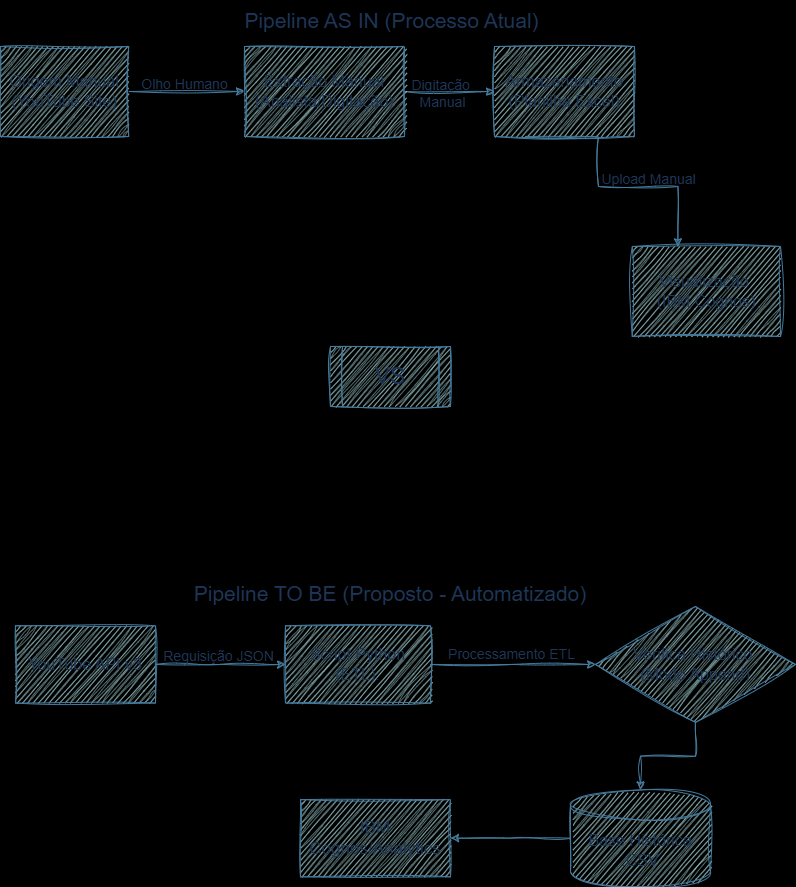
GideaoCorin/youtube-data-pipeline keeps this draw.io diagram as assets/Pipeline_Youtube_Final.drawio.png. Above is the earlier version. Source tidied: cells renumbered, new cells last; positions are measured from the earlier drawing's top-left corner, leaving out a move shared by most shapes.
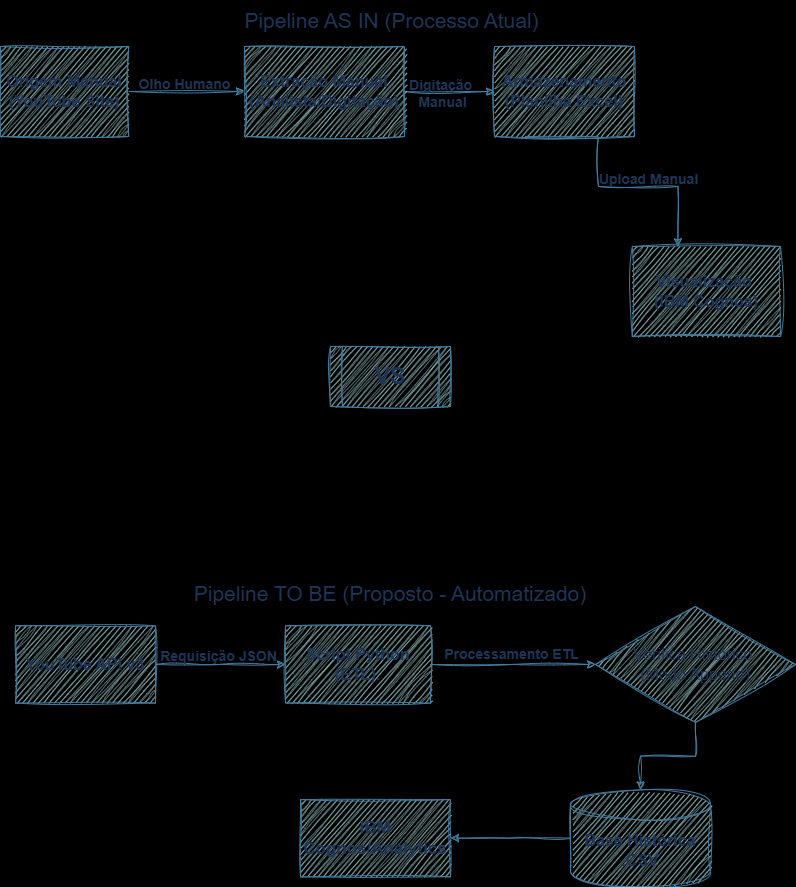
The same diagram one commit later.

Commit message:
Docs: Alteração do diagrama

Change to the diagram source:
```diff
@@ -2,78 +2,78 @@
   <root>
     <mxCell id="0" />
     <mxCell id="1" parent="0" />
-    <mxCell id="2" value="&lt;span style=&quot;line-height: 190%;&quot;&gt;Pipeline AS IN (Processo Atual)&lt;/span&gt;" style="group;spacingLeft=1;align=center;labelPosition=center;verticalLabelPosition=top;verticalAlign=bottom;html=1;labelBackgroundColor=none;sketch=1;curveFitting=1;jiggle=2;rounded=0;fontColor=#1D3557;fontSize=21;spacingBottom=3;" parent="1" vertex="1">
+    <mxCell id="2" value="&lt;span style=&quot;line-height: 190%;&quot;&gt;Pipeline AS IN (Processo Atual)&lt;/span&gt;" style="group;spacingLeft=1;align=center;labelPosition=center;verticalLabelPosition=top;verticalAlign=bottom;html=1;labelBackgroundColor=none;sketch=1;curveFitting=1;jiggle=2;rounded=0;fontColor=light-dark(#1D3557,#FFFFFF);fontSize=21;spacingBottom=3;fontStyle=0;" parent="1" vertex="1">
       <mxGeometry width="780" height="90" as="geometry" />
     </mxCell>
-    <mxCell id="3" value="Origem Manual (YouTube Site)" style="rounded=0;whiteSpace=wrap;html=1;fontSize=16;labelBackgroundColor=none;sketch=1;curveFitting=1;jiggle=2;fillColor=#A8DADC;strokeColor=#457B9D;fontColor=#1D3557;" parent="2" vertex="1">
+    <mxCell id="3" value="Origem Manual (YouTube Site)" style="rounded=0;whiteSpace=wrap;html=1;fontSize=16;labelBackgroundColor=none;sketch=1;curveFitting=1;jiggle=2;fillColor=#A8DADC;strokeColor=#457B9D;fontColor=light-dark(#1D3557,#FFFFFF);fontStyle=1;" parent="2" vertex="1">
       <mxGeometry width="128.2" height="90" as="geometry" />
     </mxCell>
     <mxCell id="4" style="group;labelBackgroundColor=none;sketch=1;curveFitting=1;jiggle=2;rounded=0;fontColor=#1D3557;" parent="2" vertex="1">
       <mxGeometry x="234" y="30" width="555.6" height="60" as="geometry" />
     </mxCell>
-    <mxCell id="5" style="edgeStyle=orthogonalEdgeStyle;rounded=0;jettySize=auto;html=1;labelBackgroundColor=none;fontColor=default;sketch=1;curveFitting=1;jiggle=2;strokeColor=#457B9D;" parent="4" edge="1" source="7" target="8">
+    <mxCell id="5" style="edgeStyle=orthogonalEdgeStyle;rounded=0;jettySize=auto;html=1;labelBackgroundColor=none;fontColor=light-dark(#1D3557,#FFFFFF);sketch=1;curveFitting=1;jiggle=2;strokeColor=#457B9D;fontStyle=1;" parent="4" edge="1" source="7" target="8">
       <mxGeometry relative="1" as="geometry" />
     </mxCell>
-    <mxCell id="6" value="Digitação&amp;nbsp;&lt;div&gt;Manual&lt;/div&gt;" style="edgeLabel;html=1;align=center;verticalAlign=middle;fontSize=14;labelBackgroundColor=none;sketch=1;curveFitting=1;jiggle=2;rounded=0;fontColor=#1D3557;" parent="5" vertex="1">
+    <mxCell id="6" value="Digitação&amp;nbsp;&lt;div&gt;Manual&lt;/div&gt;" style="edgeLabel;html=1;align=center;verticalAlign=middle;fontSize=14;labelBackgroundColor=none;sketch=1;curveFitting=1;jiggle=2;rounded=0;fontColor=light-dark(#1D3557,#FFFFFF);fontStyle=1;" parent="5" vertex="1">
       <mxGeometry x="-0.18" y="-1" relative="1" as="geometry" />
     </mxCell>
-    <mxCell id="7" value="Extração Manual (Analista/Digitação)" style="rounded=0;whiteSpace=wrap;html=1;fontSize=16;labelBackgroundColor=none;sketch=1;curveFitting=1;jiggle=2;fillColor=#A8DADC;strokeColor=#457B9D;fontColor=#1D3557;" parent="4" vertex="1">
+    <mxCell id="7" value="Extração Manual (Analista/Digitação)" style="rounded=0;whiteSpace=wrap;html=1;fontSize=16;labelBackgroundColor=none;sketch=1;curveFitting=1;jiggle=2;fillColor=#A8DADC;strokeColor=#457B9D;fontColor=light-dark(#1D3557,#FFFFFF);fontStyle=1;" parent="4" vertex="1">
       <mxGeometry x="10" y="-30" width="160" height="90" as="geometry" />
     </mxCell>
-    <mxCell id="8" value="Armazenamento (Planilha Excel)" style="rounded=0;whiteSpace=wrap;html=1;fontSize=16;labelBackgroundColor=none;sketch=1;curveFitting=1;jiggle=2;fillColor=#A8DADC;strokeColor=#457B9D;fontColor=#1D3557;" parent="4" vertex="1">
+    <mxCell id="8" value="Armazenamento (Planilha Excel)" style="rounded=0;whiteSpace=wrap;html=1;fontSize=16;labelBackgroundColor=none;sketch=1;curveFitting=1;jiggle=2;fillColor=#A8DADC;strokeColor=#457B9D;fontColor=light-dark(#1D3557,#FFFFFF);fontStyle=1;" parent="4" vertex="1">
       <mxGeometry x="260" y="-30" width="140" height="90" as="geometry" />
     </mxCell>
-    <mxCell id="9" style="edgeStyle=orthogonalEdgeStyle;rounded=0;jettySize=auto;html=1;labelBackgroundColor=none;fontColor=default;sketch=1;curveFitting=1;jiggle=2;strokeColor=#457B9D;" parent="2" edge="1" source="3" target="7">
+    <mxCell id="9" style="edgeStyle=orthogonalEdgeStyle;rounded=0;jettySize=auto;html=1;labelBackgroundColor=none;fontColor=light-dark(#1D3557,#FFFFFF);sketch=1;curveFitting=1;jiggle=2;strokeColor=#457B9D;fontStyle=1;" parent="2" edge="1" source="3" target="7">
       <mxGeometry relative="1" as="geometry" />
     </mxCell>
-    <mxCell id="10" value="Olho Humano" style="edgeLabel;html=1;align=center;verticalAlign=middle;fontSize=14;labelBackgroundColor=none;sketch=1;curveFitting=1;jiggle=2;rounded=0;fontColor=#1D3557;spacingBottom=20;" parent="9" vertex="1">
+    <mxCell id="10" value="Olho Humano" style="edgeLabel;html=1;align=center;verticalAlign=middle;fontSize=14;labelBackgroundColor=none;sketch=1;curveFitting=1;jiggle=2;rounded=0;fontColor=light-dark(#1D3557,#FFFFFF);spacingBottom=20;fontStyle=1;" parent="9" vertex="1">
       <mxGeometry x="-0.05" y="-2" relative="1" as="geometry" />
     </mxCell>
-    <mxCell id="11" value="Pipeline TO BE (Proposto - Automatizado)" style="group;fontSize=21;labelPosition=center;verticalLabelPosition=top;align=center;verticalAlign=bottom;labelBackgroundColor=none;sketch=1;curveFitting=1;jiggle=2;rounded=0;fontColor=#1D3557;spacingTop=3;" parent="1" vertex="1">
+    <mxCell id="11" value="Pipeline TO BE (Proposto - Automatizado)" style="group;fontSize=21;labelPosition=center;verticalLabelPosition=top;align=center;verticalAlign=bottom;labelBackgroundColor=none;sketch=1;curveFitting=1;jiggle=2;rounded=0;fontColor=light-dark(#1D3557,#FFFFFF);spacingTop=3;fontStyle=0;" parent="1" vertex="1">
       <mxGeometry x="40" y="560" width="700" height="280" as="geometry" />
     </mxCell>
-    <mxCell id="12" style="edgeStyle=orthogonalEdgeStyle;rounded=0;jettySize=auto;html=1;entryX=0;entryY=0.5;entryDx=0;entryDy=0;labelBackgroundColor=none;fontColor=default;sketch=1;curveFitting=1;jiggle=2;strokeColor=#457B9D;" parent="11" edge="1" source="14" target="17">
+    <mxCell id="12" style="edgeStyle=orthogonalEdgeStyle;rounded=0;jettySize=auto;html=1;entryX=0;entryY=0.5;entryDx=0;entryDy=0;labelBackgroundColor=none;fontColor=light-dark(#1D3557,#FFFFFF);sketch=1;curveFitting=1;jiggle=2;strokeColor=#457B9D;fontStyle=1;" parent="11" edge="1" source="14" target="17">
       <mxGeometry relative="1" as="geometry" />
     </mxCell>
-    <mxCell id="13" value="Requisição JSON" style="edgeLabel;html=1;align=center;verticalAlign=middle;fontSize=14;labelBackgroundColor=none;sketch=1;curveFitting=1;jiggle=2;rounded=0;fontColor=#1D3557;spacingTop=-16;" parent="12" vertex="1">
+    <mxCell id="13" value="Requisição JSON" style="edgeLabel;html=1;align=center;verticalAlign=middle;fontSize=14;labelBackgroundColor=none;sketch=1;curveFitting=1;jiggle=2;rounded=0;fontColor=light-dark(#1D3557,#FFFFFF);spacingTop=-16;fontStyle=1;" parent="12" vertex="1">
       <mxGeometry x="-0.05" relative="1" as="geometry" />
     </mxCell>
-    <mxCell id="14" value="YouTube API v3" style="rounded=0;whiteSpace=wrap;html=1;fontSize=16;labelBackgroundColor=none;sketch=1;curveFitting=1;jiggle=2;fillColor=#A8DADC;strokeColor=#457B9D;fontColor=#1D3557;" parent="11" vertex="1">
+    <mxCell id="14" value="YouTube API v3" style="rounded=0;whiteSpace=wrap;html=1;fontSize=16;labelBackgroundColor=none;sketch=1;curveFitting=1;jiggle=2;fillColor=#A8DADC;strokeColor=#457B9D;fontColor=light-dark(#1D3557,#FFFFFF);fontStyle=1;" parent="11" vertex="1">
       <mxGeometry x="-25" y="19.3" width="140" height="77.2" as="geometry" />
     </mxCell>
-    <mxCell id="15" style="edgeStyle=orthogonalEdgeStyle;rounded=0;jettySize=auto;html=1;labelBackgroundColor=none;fontColor=default;sketch=1;curveFitting=1;jiggle=2;strokeColor=#457B9D;" parent="11" edge="1" source="17" target="19">
+    <mxCell id="15" style="edgeStyle=orthogonalEdgeStyle;rounded=0;jettySize=auto;html=1;labelBackgroundColor=none;fontColor=light-dark(#1D3557,#FFFFFF);sketch=1;curveFitting=1;jiggle=2;strokeColor=#457B9D;fontStyle=1;" parent="11" edge="1" source="17" target="19">
       <mxGeometry relative="1" as="geometry" />
     </mxCell>
-    <mxCell id="16" value="Processamento ETL" style="edgeLabel;html=1;align=center;verticalAlign=middle;fontSize=14;labelBackgroundColor=none;sketch=1;curveFitting=1;jiggle=2;rounded=0;fontColor=#1D3557;spacingBottom=22;" parent="15" vertex="1">
+    <mxCell id="16" value="Processamento ETL" style="edgeLabel;html=1;align=center;verticalAlign=middle;fontSize=14;labelBackgroundColor=none;sketch=1;curveFitting=1;jiggle=2;rounded=0;fontColor=light-dark(#1D3557,#FFFFFF);spacingBottom=22;fontStyle=1;" parent="15" vertex="1">
       <mxGeometry x="0.12" relative="1" as="geometry">
         <mxPoint x="-12" as="offset" />
       </mxGeometry>
     </mxCell>
-    <mxCell id="17" value="Script Python (ETL)." style="rounded=0;whiteSpace=wrap;html=1;fontSize=16;labelBackgroundColor=none;sketch=1;curveFitting=1;jiggle=2;fillColor=#A8DADC;strokeColor=#457B9D;fontColor=#1D3557;" parent="11" vertex="1">
+    <mxCell id="17" value="Script Python (ETL)." style="rounded=0;whiteSpace=wrap;html=1;fontSize=16;labelBackgroundColor=none;sketch=1;curveFitting=1;jiggle=2;fillColor=#A8DADC;strokeColor=#457B9D;fontColor=light-dark(#1D3557,#FFFFFF);fontStyle=1;" parent="11" vertex="1">
       <mxGeometry x="245" y="19.3" width="145" height="77.2" as="geometry" />
     </mxCell>
-    <mxCell id="18" style="edgeStyle=orthogonalEdgeStyle;rounded=0;jettySize=auto;html=1;labelBackgroundColor=none;fontColor=default;sketch=1;curveFitting=1;jiggle=2;strokeColor=#457B9D;" parent="11" edge="1" source="19" target="21">
+    <mxCell id="18" style="edgeStyle=orthogonalEdgeStyle;rounded=0;jettySize=auto;html=1;labelBackgroundColor=none;fontColor=light-dark(#1D3557,#FFFFFF);sketch=1;curveFitting=1;jiggle=2;strokeColor=#457B9D;fontStyle=1;" parent="11" edge="1" source="19" target="21">
       <mxGeometry relative="1" as="geometry" />
     </mxCell>
     <mxCell id="19" value="Verifica Histórico&amp;nbsp;&lt;div&gt;(Modo Append)&lt;/div&gt;" style="rhombus;whiteSpace=wrap;html=1;fontSize=16;labelBackgroundColor=none;sketch=1;curveFitting=1;jiggle=2;rounded=0;fillColor=#A8DADC;strokeColor=#457B9D;fontColor=#1D3557;" parent="11" vertex="1">
       <mxGeometry x="555" width="200" height="115.9" as="geometry" />
     </mxCell>
-    <mxCell id="20" style="edgeStyle=orthogonalEdgeStyle;rounded=0;jettySize=auto;html=1;labelBackgroundColor=none;fontColor=default;sketch=1;curveFitting=1;jiggle=2;strokeColor=#457B9D;" parent="11" edge="1" source="21" target="22">
+    <mxCell id="20" style="edgeStyle=orthogonalEdgeStyle;rounded=0;jettySize=auto;html=1;labelBackgroundColor=none;fontColor=light-dark(#1D3557,#FFFFFF);sketch=1;curveFitting=1;jiggle=2;strokeColor=#457B9D;fontStyle=1;" parent="11" edge="1" source="21" target="22">
       <mxGeometry relative="1" as="geometry" />
     </mxCell>
-    <mxCell id="21" value="&lt;font style=&quot;font-size: 16px;&quot;&gt;Base Histórica .CSV&lt;/font&gt;" style="shape=cylinder3;whiteSpace=wrap;html=1;boundedLbl=1;backgroundOutline=1;size=15;labelBackgroundColor=none;sketch=1;curveFitting=1;jiggle=2;rounded=0;fillColor=#A8DADC;strokeColor=#457B9D;fontColor=#1D3557;" parent="11" vertex="1">
+    <mxCell id="21" value="&lt;font style=&quot;font-size: 16px;&quot;&gt;Base Histórica .CSV&lt;/font&gt;" style="shape=cylinder3;whiteSpace=wrap;html=1;boundedLbl=1;backgroundOutline=1;size=15;labelBackgroundColor=none;sketch=1;curveFitting=1;jiggle=2;rounded=0;fillColor=#A8DADC;strokeColor=#457B9D;fontColor=light-dark(#1D3557,#FFFFFF);fontStyle=1;" parent="11" vertex="1">
       <mxGeometry x="530" y="183.4" width="140" height="96.6" as="geometry" />
     </mxCell>
-    <mxCell id="22" value="IBM Cognos/Analytics" style="rounded=0;whiteSpace=wrap;html=1;fontSize=17;labelBackgroundColor=none;sketch=1;curveFitting=1;jiggle=2;fillColor=#A8DADC;strokeColor=#457B9D;fontColor=#1D3557;" parent="11" vertex="1">
+    <mxCell id="22" value="IBM Cognos/Analytics" style="rounded=0;whiteSpace=wrap;html=1;fontSize=17;labelBackgroundColor=none;sketch=1;curveFitting=1;jiggle=2;fillColor=#A8DADC;strokeColor=#457B9D;fontColor=light-dark(#1D3557,#FFFFFF);fontStyle=1;" parent="11" vertex="1">
       <mxGeometry x="260" y="193.1" width="150" height="77.2" as="geometry" />
     </mxCell>
-    <mxCell id="23" value="&lt;font style=&quot;font-size: 23px;&quot;&gt;VS&lt;/font&gt;" style="shape=process;whiteSpace=wrap;html=1;backgroundOutline=1;labelBackgroundColor=none;sketch=1;curveFitting=1;jiggle=2;rounded=0;fillColor=#A8DADC;strokeColor=#457B9D;fontColor=#1D3557;" parent="1" vertex="1">
+    <mxCell id="23" value="&lt;font style=&quot;font-size: 23px;&quot;&gt;VS&lt;/font&gt;" style="shape=process;whiteSpace=wrap;html=1;backgroundOutline=1;labelBackgroundColor=none;sketch=1;curveFitting=1;jiggle=2;rounded=0;fillColor=#A8DADC;strokeColor=#457B9D;fontColor=light-dark(#1D3557,#FFFFFF);fontStyle=1;" parent="1" vertex="1">
       <mxGeometry x="330" y="300" width="120" height="60" as="geometry" />
     </mxCell>
-    <mxCell id="24" value="Visualização&amp;nbsp;&lt;div&gt;(IBM Cognos)&lt;/div&gt;" style="rounded=0;whiteSpace=wrap;html=1;fontSize=16;labelBackgroundColor=none;sketch=1;curveFitting=1;jiggle=2;fillColor=#A8DADC;strokeColor=#457B9D;fontColor=#1D3557;" parent="1" vertex="1">
+    <mxCell id="24" value="Visualização&amp;nbsp;&lt;div&gt;(IBM Cognos)&lt;/div&gt;" style="rounded=0;whiteSpace=wrap;html=1;fontSize=16;labelBackgroundColor=none;sketch=1;curveFitting=1;jiggle=2;fillColor=#A8DADC;strokeColor=#457B9D;fontColor=light-dark(#1D3557,#FFFFFF);fontStyle=1;" parent="1" vertex="1">
       <mxGeometry x="631.8" y="200" width="148.2" height="90" as="geometry" />
     </mxCell>
-    <mxCell id="25" style="edgeStyle=orthogonalEdgeStyle;rounded=0;jettySize=auto;html=1;exitX=0.25;exitY=1;exitDx=0;exitDy=0;entryX=0.308;entryY=0.004;entryDx=0;entryDy=0;entryPerimeter=0;labelBackgroundColor=none;fontColor=default;sketch=1;curveFitting=1;jiggle=2;strokeColor=#457B9D;" parent="1" edge="1" source="8" target="24">
+    <mxCell id="25" style="edgeStyle=orthogonalEdgeStyle;rounded=0;jettySize=auto;html=1;exitX=0.25;exitY=1;exitDx=0;exitDy=0;entryX=0.308;entryY=0.004;entryDx=0;entryDy=0;entryPerimeter=0;labelBackgroundColor=none;fontColor=light-dark(#1D3557,#FFFFFF);sketch=1;curveFitting=1;jiggle=2;strokeColor=#457B9D;fontStyle=1;" parent="1" edge="1" source="8" target="24">
       <mxGeometry relative="1" as="geometry">
         <Array as="points">
           <mxPoint x="525" y="90" />
@@ -83,7 +83,7 @@
         </Array>
       </mxGeometry>
     </mxCell>
-    <mxCell id="26" value="Upload Manual" style="edgeLabel;html=1;align=center;verticalAlign=middle;fontSize=14;labelBackgroundColor=none;sketch=1;curveFitting=1;jiggle=2;rounded=0;fontColor=#1D3557;spacingLeft=91;" parent="25" vertex="1">
+    <mxCell id="26" value="Upload Manual" style="edgeLabel;html=1;align=center;verticalAlign=middle;fontSize=14;labelBackgroundColor=none;sketch=1;curveFitting=1;jiggle=2;rounded=0;fontColor=light-dark(#1D3557,#FFFFFF);spacingLeft=91;fontStyle=1;" parent="25" vertex="1">
       <mxGeometry x="-0.19" y="1" relative="1" as="geometry">
         <mxPoint x="3" y="12" as="offset" />
       </mxGeometry>
```
